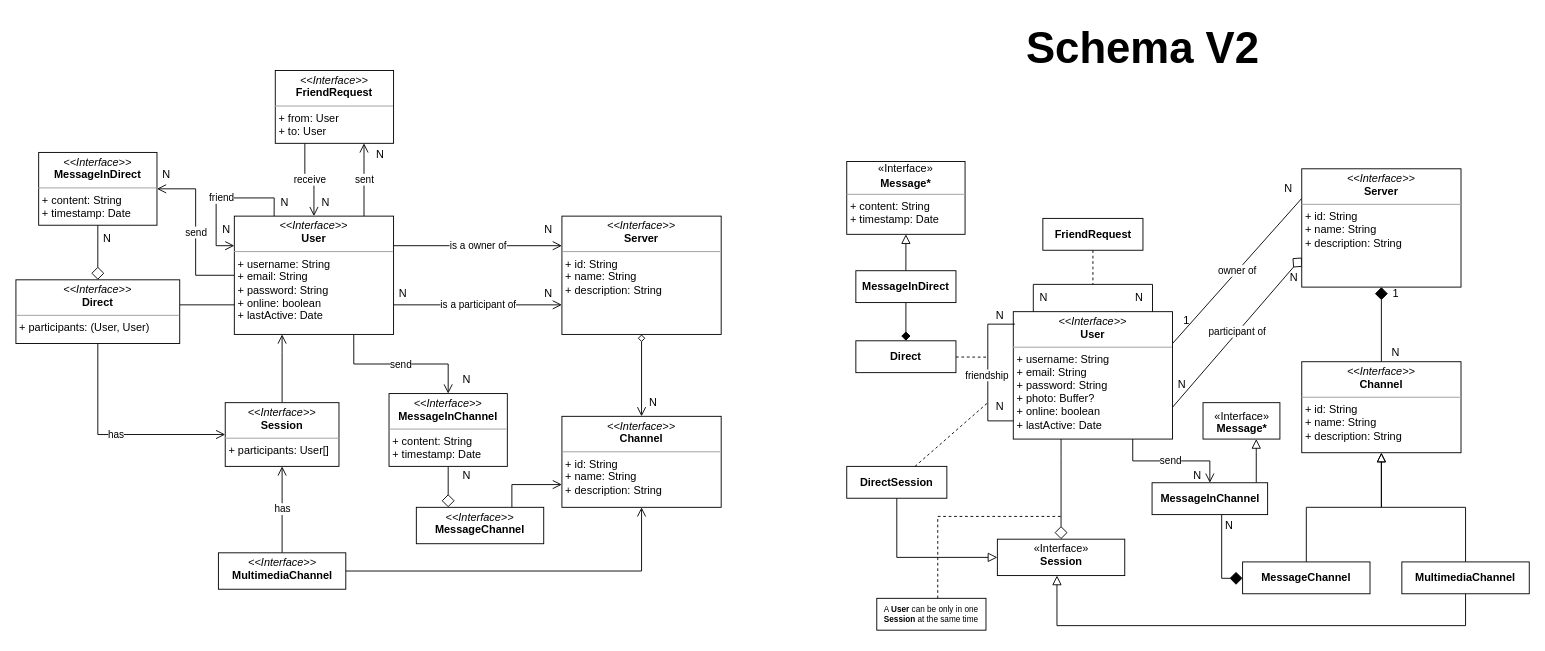
zucchero-sintattico/piperchat keeps this draw.io diagram as page "Dominio" (3 of 7) of resources/piperchat.drawio. Above is the earlier version. Source tidied: cells renumbered, new cells numbered last; positions are measured from the earlier drawing's top-left corner, leaving out a move shared by most shapes. Both pictures are drawn from the tidied source at 91%, with x=0, y=0 at pixel (15, 15).
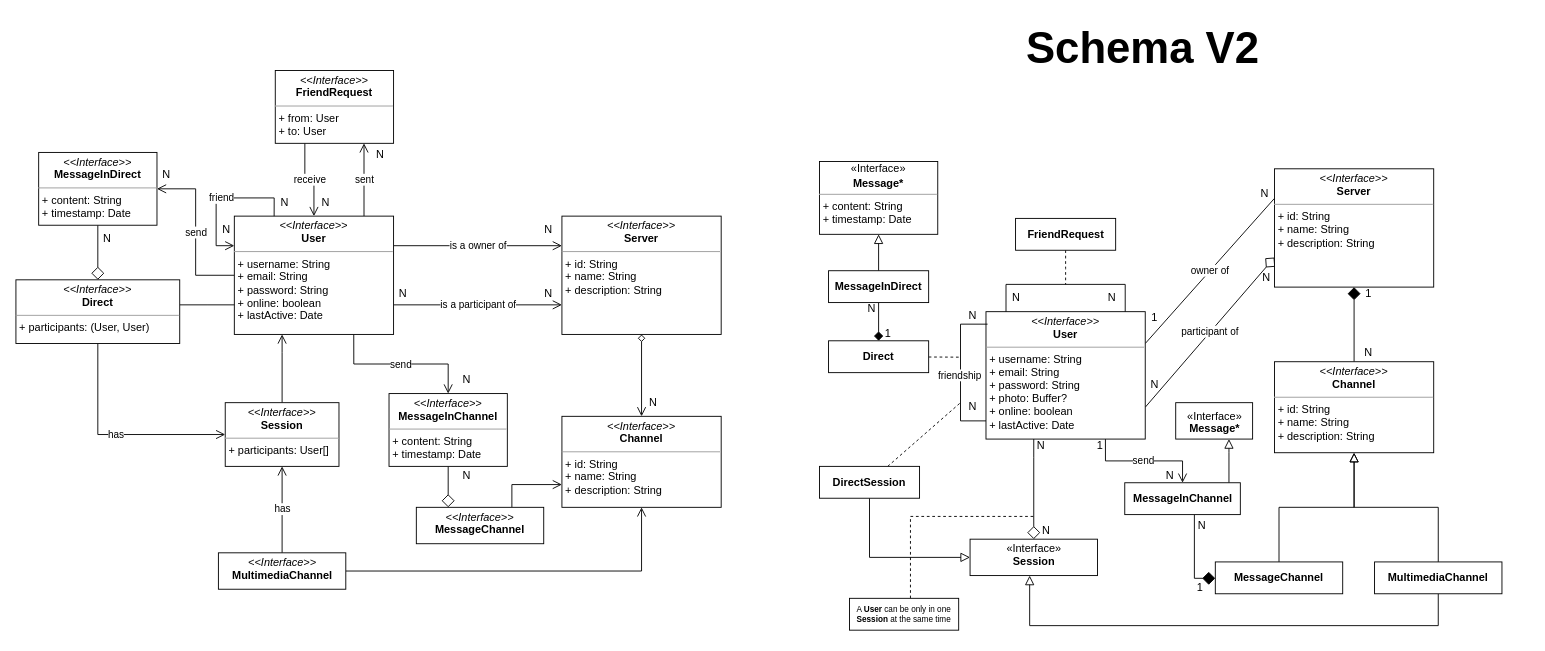
After the change.

Change to the diagram source:
```diff
@@
     <mxCell id="43" value="&lt;p style=&quot;margin:0px;margin-top:4px;text-align:center;&quot;&gt;&lt;i&gt;&amp;lt;&amp;lt;Interface&amp;gt;&amp;gt;&lt;/i&gt;&lt;br&gt;&lt;b&gt;User&lt;/b&gt;&lt;/p&gt;&lt;hr size=&quot;1&quot;&gt;&lt;p style=&quot;margin:0px;margin-left:4px;&quot;&gt;+ username: String&lt;/p&gt;&lt;p style=&quot;margin:0px;margin-left:4px;&quot;&gt;+ email: String&lt;/p&gt;&lt;p style=&quot;margin:0px;margin-left:4px;&quot;&gt;+ password: String&lt;/p&gt;&lt;p style=&quot;margin:0px;margin-left:4px;&quot;&gt;+ photo: Buffer?&lt;/p&gt;&lt;p style=&quot;margin:0px;margin-left:4px;&quot;&gt;+ online: boolean&lt;/p&gt;&lt;p style=&quot;margin:0px;margin-left:4px;&quot;&gt;+ lastActive: Date&lt;/p&gt;" style="verticalAlign=top;align=left;overflow=fill;fontSize=12;fontFamily=Helvetica;html=1;whiteSpace=wrap;" parent="1" vertex="1">
-      <mxGeometry x="1096" y="325" width="175" height="140" as="geometry" />
+      <mxGeometry x="1066" y="325" width="175" height="140" as="geometry" />
     </mxCell>
@@
     <mxCell id="45" value="&lt;p style=&quot;margin:0px;margin-top:4px;text-align:center;&quot;&gt;&lt;i&gt;&amp;lt;&amp;lt;Interface&amp;gt;&amp;gt;&lt;/i&gt;&lt;br&gt;&lt;b&gt;Server&lt;/b&gt;&lt;/p&gt;&lt;hr size=&quot;1&quot;&gt;&lt;p style=&quot;margin:0px;margin-left:4px;&quot;&gt;+ id: String&lt;/p&gt;&lt;p style=&quot;margin:0px;margin-left:4px;&quot;&gt;+ name: String&lt;/p&gt;&lt;p style=&quot;margin:0px;margin-left:4px;&quot;&gt;+ description: String&lt;/p&gt;&lt;p style=&quot;margin:0px;margin-left:4px;&quot;&gt;&lt;br&gt;&lt;/p&gt;" style="verticalAlign=top;align=left;overflow=fill;fontSize=12;fontFamily=Helvetica;html=1;whiteSpace=wrap;" parent="1" vertex="1">
-      <mxGeometry x="1413" y="168" width="175" height="130" as="geometry" />
+      <mxGeometry x="1383" y="168" width="175" height="130" as="geometry" />
     </mxCell>
     <mxCell id="46" value="N" style="text;html=1;align=center;verticalAlign=middle;strokeColor=none;fillColor=none;" parent="1" vertex="1">
-      <mxGeometry x="1266" y="390" width="30" height="30" as="geometry" />
+      <mxGeometry x="1236" y="390" width="30" height="30" as="geometry" />
     </mxCell>
     <mxCell id="47" value="N" style="text;html=1;align=center;verticalAlign=middle;strokeColor=none;fillColor=none;" parent="1" vertex="1">
-      <mxGeometry x="1383" y="175" width="30" height="30" as="geometry" />
+      <mxGeometry x="1357" y="180" width="30" height="30" as="geometry" />
     </mxCell>
     <mxCell id="48" value="&lt;p style=&quot;margin:0px;margin-top:4px;text-align:center;&quot;&gt;&lt;i&gt;&amp;lt;&amp;lt;Interface&amp;gt;&amp;gt;&lt;/i&gt;&lt;br&gt;&lt;b&gt;Channel&lt;/b&gt;&lt;/p&gt;&lt;hr size=&quot;1&quot;&gt;&lt;p style=&quot;margin:0px;margin-left:4px;&quot;&gt;+ id: String&lt;/p&gt;&lt;p style=&quot;margin:0px;margin-left:4px;&quot;&gt;+ name: String&lt;/p&gt;&lt;p style=&quot;margin:0px;margin-left:4px;&quot;&gt;+ description: String&lt;/p&gt;" style="verticalAlign=top;align=left;overflow=fill;fontSize=12;fontFamily=Helvetica;html=1;whiteSpace=wrap;" parent="1" vertex="1">
-      <mxGeometry x="1413" y="380" width="175" height="100" as="geometry" />
+      <mxGeometry x="1383" y="380" width="175" height="100" as="geometry" />
     </mxCell>
     <mxCell id="49" style="edgeStyle=orthogonalEdgeStyle;rounded=0;jettySize=auto;html=1;endArrow=diamond;endFill=1;startSize=12;endSize=12;" parent="1" edge="1" source="80" target="71">
       <mxGeometry relative="1" as="geometry">
         <Array as="points">
-          <mxPoint x="1325" y="618" />
+          <mxPoint x="1295" y="618" />
         </Array>
       </mxGeometry>
     </mxCell>
     <mxCell id="50" value="N" style="text;html=1;align=center;verticalAlign=middle;strokeColor=none;fillColor=none;" parent="1" vertex="1">
-      <mxGeometry x="1283" y="490" width="30" height="30" as="geometry" />
+      <mxGeometry x="1253" y="490" width="30" height="30" as="geometry" />
     </mxCell>
     <mxCell id="51" value="N" style="text;html=1;align=center;verticalAlign=middle;strokeColor=none;fillColor=none;" parent="1" vertex="1">
-      <mxGeometry x="1318" y="545" width="30" height="30" as="geometry" />
+      <mxGeometry x="1288" y="545" width="30" height="30" as="geometry" />
     </mxCell>
     <mxCell id="52" value="N" style="text;html=1;align=center;verticalAlign=middle;strokeColor=none;fillColor=none;" parent="1" vertex="1">
-      <mxGeometry x="1113.5" y="295" width="30" height="30" as="geometry" />
+      <mxGeometry x="1083.5" y="295" width="30" height="30" as="geometry" />
     </mxCell>
     <mxCell id="53" value="N" style="text;html=1;align=center;verticalAlign=middle;strokeColor=none;fillColor=none;" parent="1" vertex="1">
-      <mxGeometry x="1218.5" y="295" width="30" height="30" as="geometry" />
+      <mxGeometry x="1188.5" y="295" width="30" height="30" as="geometry" />
     </mxCell>
     <mxCell id="54" style="edgeStyle=orthogonalEdgeStyle;rounded=0;jettySize=auto;html=1;endArrow=none;endFill=0;sourcePerimeterSpacing=0;startSize=12;endSize=8;startArrow=diamond;startFill=0;" parent="1" edge="1" source="76" target="43">
       <mxGeometry relative="1" as="geometry">
         <Array as="points">
-          <mxPoint x="1149" y="485" />
-          <mxPoint x="1149" y="485" />
+          <mxPoint x="1119" y="485" />
+          <mxPoint x="1119" y="485" />
         </Array>
       </mxGeometry>
     </mxCell>
@@
     <mxCell id="56" style="edgeStyle=orthogonalEdgeStyle;rounded=0;orthogonalLoop=1;jettySize=auto;html=1;endArrow=none;endFill=0;endSize=8;" parent="1" edge="1" source="43" target="43">
       <mxGeometry relative="1" as="geometry">
         <Array as="points">
-          <mxPoint x="1118" y="295" />
-          <mxPoint x="1249" y="295" />
+          <mxPoint x="1088" y="295" />
+          <mxPoint x="1219" y="295" />
         </Array>
       </mxGeometry>
     </mxCell>
     <mxCell id="57" style="edgeStyle=orthogonalEdgeStyle;rounded=0;orthogonalLoop=1;jettySize=auto;html=1;exitX=0.01;exitY=0.098;exitDx=0;exitDy=0;exitPerimeter=0;endSize=8;endArrow=none;endFill=0;" parent="1" edge="1" source="43" target="43">
       <mxGeometry relative="1" as="geometry">
         <Array as="points">
-          <mxPoint x="1068" y="339" />
-          <mxPoint x="1068" y="445" />
+          <mxPoint x="1038" y="339" />
+          <mxPoint x="1038" y="445" />
         </Array>
       </mxGeometry>
     </mxCell>
@@
     <mxCell id="59" value="N" style="text;html=1;align=center;verticalAlign=middle;strokeColor=none;fillColor=none;" parent="1" vertex="1">
-      <mxGeometry x="1066" y="315" width="30" height="30" as="geometry" />
+      <mxGeometry x="1036" y="315" width="30" height="30" as="geometry" />
     </mxCell>
     <mxCell id="60" value="N" style="text;html=1;align=center;verticalAlign=middle;strokeColor=none;fillColor=none;" parent="1" vertex="1">
-      <mxGeometry x="1066" y="415" width="30" height="30" as="geometry" />
+      <mxGeometry x="1036" y="415" width="30" height="30" as="geometry" />
     </mxCell>
     <mxCell id="61" style="rounded=0;jettySize=auto;html=1;endArrow=none;endFill=0;dashed=1;" parent="1" edge="1" source="66">
       <mxGeometry relative="1" as="geometry">
-        <mxPoint x="1068" y="375" as="targetPoint" />
+        <mxPoint x="1038" y="375" as="targetPoint" />
       </mxGeometry>
     </mxCell>
@@
     <mxCell id="63" value="1" style="text;html=1;align=center;verticalAlign=middle;strokeColor=none;fillColor=none;" parent="1" vertex="1">
-      <mxGeometry x="1271" y="320" width="30" height="30" as="geometry" />
+      <mxGeometry x="1236" y="317" width="30" height="30" as="geometry" />
     </mxCell>
     <mxCell id="64" style="edgeStyle=orthogonalEdgeStyle;rounded=0;jettySize=auto;html=1;dashed=1;endArrow=none;endFill=0;" parent="1" edge="1" source="65">
       <mxGeometry relative="1" as="geometry">
-        <mxPoint x="1183.5" y="295" as="targetPoint" />
+        <mxPoint x="1153.5" y="295" as="targetPoint" />
       </mxGeometry>
     </mxCell>
     <mxCell id="65" value="&lt;b style=&quot;border-color: var(--border-color); caret-color: rgb(0, 0, 0); color: rgb(0, 0, 0); font-family: Helvetica; font-size: 12px; font-style: normal; font-variant-caps: normal; letter-spacing: normal; text-align: center; text-indent: 0px; text-transform: none; word-spacing: 0px; -webkit-text-stroke-width: 0px; text-decoration: none;&quot;&gt;FriendRequest&lt;/b&gt;" style="html=1;whiteSpace=wrap;" parent="1" vertex="1">
-      <mxGeometry x="1128.5" y="222.5" width="110" height="35" as="geometry" />
+      <mxGeometry x="1098.5" y="222.5" width="110" height="35" as="geometry" />
     </mxCell>
     <mxCell id="66" value="&lt;b style=&quot;border-color: var(--border-color); caret-color: rgb(0, 0, 0); color: rgb(0, 0, 0); font-family: Helvetica; font-size: 12px; font-style: normal; font-variant-caps: normal; letter-spacing: normal; text-align: center; text-indent: 0px; text-transform: none; word-spacing: 0px; -webkit-text-stroke-width: 0px; text-decoration: none;&quot;&gt;Direct&lt;/b&gt;" style="html=1;whiteSpace=wrap;" parent="1" vertex="1">
-      <mxGeometry x="923" y="357" width="110" height="35" as="geometry" />
+      <mxGeometry x="893" y="357" width="110" height="35" as="geometry" />
     </mxCell>
@@
     <mxCell id="68" style="edgeStyle=orthogonalEdgeStyle;rounded=0;jettySize=auto;html=1;endArrow=block;endFill=0;endSize=8;" parent="1" edge="1" source="69" target="76">
       <mxGeometry relative="1" as="geometry">
         <Array as="points">
-          <mxPoint x="1593" y="670" />
-          <mxPoint x="1144" y="670" />
+          <mxPoint x="1563" y="670" />
+          <mxPoint x="1114" y="670" />
         </Array>
       </mxGeometry>
     </mxCell>
     <mxCell id="69" value="&lt;b style=&quot;border-color: var(--border-color); caret-color: rgb(0, 0, 0); color: rgb(0, 0, 0); font-family: Helvetica; font-size: 12px; font-style: normal; font-variant-caps: normal; letter-spacing: normal; text-align: center; text-indent: 0px; text-transform: none; word-spacing: 0px; -webkit-text-stroke-width: 0px; text-decoration: none;&quot;&gt;MultimediaChannel&lt;/b&gt;" style="html=1;whiteSpace=wrap;" parent="1" vertex="1">
-      <mxGeometry x="1523" y="600" width="140" height="35" as="geometry" />
+      <mxGeometry x="1493" y="600" width="140" height="35" as="geometry" />
     </mxCell>
@@
     <mxCell id="71" value="&lt;b style=&quot;border-color: var(--border-color); caret-color: rgb(0, 0, 0); color: rgb(0, 0, 0); font-family: Helvetica; font-size: 12px; font-style: normal; font-variant-caps: normal; letter-spacing: normal; text-align: center; text-indent: 0px; text-transform: none; word-spacing: 0px; -webkit-text-stroke-width: 0px; text-decoration: none;&quot;&gt;MessageChannel&lt;/b&gt;" style="html=1;whiteSpace=wrap;" parent="1" vertex="1">
-      <mxGeometry x="1348" y="600" width="140" height="35" as="geometry" />
+      <mxGeometry x="1318" y="600" width="140" height="35" as="geometry" />
     </mxCell>
     <mxCell id="72" value="&lt;p style=&quot;margin: 4px 0px 0px; text-align: center; line-height: 80%;&quot;&gt;«Interface»&lt;/p&gt;&lt;p style=&quot;margin: 4px 0px 0px; text-align: center; line-height: 100%;&quot;&gt;&lt;b&gt;Message*&lt;/b&gt;&lt;/p&gt;&lt;hr size=&quot;1&quot;&gt;&lt;p style=&quot;margin:0px;margin-left:4px;&quot;&gt;+ content: String&lt;/p&gt;&lt;p style=&quot;margin:0px;margin-left:4px;&quot;&gt;+ timestamp: Date&lt;/p&gt;&lt;p style=&quot;margin:0px;margin-left:4px;&quot;&gt;&lt;br&gt;&lt;/p&gt;" style="verticalAlign=top;align=left;overflow=fill;fontSize=12;fontFamily=Helvetica;html=1;whiteSpace=wrap;" parent="1" vertex="1">
-      <mxGeometry x="913" y="160" width="130" height="80" as="geometry" />
+      <mxGeometry x="883" y="160" width="130" height="80" as="geometry" />
     </mxCell>
     <mxCell id="73" value="N" style="text;html=1;align=center;verticalAlign=middle;strokeColor=none;fillColor=none;" parent="1" vertex="1">
-      <mxGeometry x="1501" y="355" width="30" height="30" as="geometry" />
+      <mxGeometry x="1471" y="355" width="30" height="30" as="geometry" />
     </mxCell>
     <mxCell id="74" value="1" style="text;html=1;align=center;verticalAlign=middle;strokeColor=none;fillColor=none;" parent="1" vertex="1">
-      <mxGeometry x="1501" y="290" width="30" height="30" as="geometry" />
+      <mxGeometry x="1471" y="290" width="30" height="30" as="geometry" />
     </mxCell>
     <mxCell id="75" value="N" style="text;html=1;align=center;verticalAlign=middle;strokeColor=none;fillColor=none;" parent="1" vertex="1">
-      <mxGeometry x="1389" y="273" width="30" height="30" as="geometry" />
+      <mxGeometry x="1359" y="273" width="30" height="30" as="geometry" />
     </mxCell>
     <mxCell id="76" value="&lt;p style=&quot;margin:0px;margin-top:4px;text-align:center;&quot;&gt;«Interface»&lt;br style=&quot;border-color: var(--border-color);&quot;&gt;&lt;b&gt;Session&lt;/b&gt;&lt;/p&gt;&lt;p style=&quot;margin:0px;margin-left:4px;&quot;&gt;&lt;br&gt;&lt;/p&gt;" style="verticalAlign=top;align=left;overflow=fill;fontSize=12;fontFamily=Helvetica;html=1;whiteSpace=wrap;" parent="1" vertex="1">
-      <mxGeometry x="1078.5" y="575" width="140" height="40" as="geometry" />
+      <mxGeometry x="1048.5" y="575" width="140" height="40" as="geometry" />
     </mxCell>
     <mxCell id="77" style="edgeStyle=orthogonalEdgeStyle;rounded=0;jettySize=auto;html=1;endArrow=block;endFill=0;endSize=8;" parent="1" edge="1" source="78" target="72">
       <mxGeometry relative="1" as="geometry">
         <Array as="points">
-          <mxPoint x="978" y="165" />
+          <mxPoint x="948" y="165" />
         </Array>
       </mxGeometry>
     </mxCell>
     <mxCell id="78" value="&lt;b style=&quot;border-color: var(--border-color); caret-color: rgb(0, 0, 0); color: rgb(0, 0, 0); font-family: Helvetica; font-size: 12px; font-style: normal; font-variant-caps: normal; letter-spacing: normal; text-align: center; text-indent: 0px; text-transform: none; word-spacing: 0px; -webkit-text-stroke-width: 0px; text-decoration: none;&quot;&gt;MessageInDirect&lt;/b&gt;" style="html=1;whiteSpace=wrap;" parent="1" vertex="1">
-      <mxGeometry x="923" y="280" width="110" height="35" as="geometry" />
+      <mxGeometry x="893" y="280" width="110" height="35" as="geometry" />
     </mxCell>
     <mxCell id="79" style="edgeStyle=orthogonalEdgeStyle;rounded=0;jettySize=auto;html=1;endArrow=block;endFill=0;endSize=8;" parent="1" edge="1" source="80" target="86">
       <mxGeometry relative="1" as="geometry">
         <Array as="points">
-          <mxPoint x="1363" y="480" />
-          <mxPoint x="1363" y="480" />
+          <mxPoint x="1333" y="480" />
+          <mxPoint x="1333" y="480" />
         </Array>
       </mxGeometry>
     </mxCell>
     <mxCell id="80" value="&lt;b style=&quot;border-color: var(--border-color); caret-color: rgb(0, 0, 0); color: rgb(0, 0, 0); font-family: Helvetica; font-size: 12px; font-style: normal; font-variant-caps: normal; letter-spacing: normal; text-align: center; text-indent: 0px; text-transform: none; word-spacing: 0px; -webkit-text-stroke-width: 0px; text-decoration: none;&quot;&gt;MessageInChannel&lt;/b&gt;" style="html=1;whiteSpace=wrap;" parent="1" vertex="1">
-      <mxGeometry x="1248.5" y="513" width="127" height="35" as="geometry" />
+      <mxGeometry x="1218.5" y="513" width="127" height="35" as="geometry" />
     </mxCell>
     <mxCell id="81" style="edgeStyle=orthogonalEdgeStyle;rounded=0;jettySize=auto;html=1;endArrow=block;endFill=0;endSize=8;" parent="1" edge="1" source="83" target="76">
       <mxGeometry relative="1" as="geometry">
         <Array as="points">
-          <mxPoint x="968" y="595" />
+          <mxPoint x="938" y="595" />
         </Array>
       </mxGeometry>
     </mxCell>
     <mxCell id="82" style="rounded=0;jettySize=auto;html=1;dashed=1;endArrow=none;endFill=0;" parent="1" edge="1" source="83">
       <mxGeometry relative="1" as="geometry">
-        <mxPoint x="1068" y="425" as="targetPoint" />
+        <mxPoint x="1038" y="425" as="targetPoint" />
       </mxGeometry>
     </mxCell>
     <mxCell id="83" value="&lt;b style=&quot;border-color: var(--border-color); caret-color: rgb(0, 0, 0); color: rgb(0, 0, 0); font-family: Helvetica; font-size: 12px; font-style: normal; font-variant-caps: normal; letter-spacing: normal; text-align: center; text-indent: 0px; text-transform: none; word-spacing: 0px; -webkit-text-stroke-width: 0px; text-decoration: none;&quot;&gt;DirectSession&lt;/b&gt;" style="html=1;whiteSpace=wrap;" parent="1" vertex="1">
-      <mxGeometry x="913" y="495" width="110" height="35" as="geometry" />
+      <mxGeometry x="883" y="495" width="110" height="35" as="geometry" />
     </mxCell>
     <mxCell id="84" style="edgeStyle=orthogonalEdgeStyle;rounded=0;jettySize=auto;html=1;endArrow=none;endFill=0;dashed=1;" parent="1" edge="1" source="85">
       <mxGeometry relative="1" as="geometry">
-        <mxPoint x="1149" y="550" as="targetPoint" />
+        <mxPoint x="1119" y="550" as="targetPoint" />
         <Array as="points">
-          <mxPoint x="1013" y="550" />
+          <mxPoint x="983" y="550" />
         </Array>
       </mxGeometry>
     </mxCell>
     <mxCell id="85" value="A &lt;b&gt;User&lt;/b&gt; can be only in one &lt;b&gt;Session&lt;/b&gt; at the same time" style="rounded=0;whiteSpace=wrap;html=1;fontSize=9;" parent="1" vertex="1">
-      <mxGeometry x="946" y="640" width="120" height="35" as="geometry" />
+      <mxGeometry x="916" y="640" width="120" height="35" as="geometry" />
     </mxCell>
     <mxCell id="86" value="&lt;p style=&quot;border-color: var(--border-color); margin: 4px 0px 0px; line-height: 8.4px;&quot;&gt;«Interface»&lt;/p&gt;&lt;p style=&quot;border-color: var(--border-color); margin: 4px 0px 0px; line-height: 8.4px;&quot;&gt;&lt;b style=&quot;border-color: var(--border-color);&quot;&gt;Message*&lt;/b&gt;&lt;/p&gt;" style="rounded=0;whiteSpace=wrap;html=1;" parent="1" vertex="1">
-      <mxGeometry x="1304.5" y="425" width="84.5" height="40" as="geometry" />
+      <mxGeometry x="1274.5" y="425" width="84.5" height="40" as="geometry" />
     </mxCell>
+    <mxCell id="87" value="1" style="text;html=1;align=center;verticalAlign=middle;strokeColor=none;fillColor=none;" parent="1" vertex="1">
+      <mxGeometry x="943" y="334" width="30" height="30" as="geometry" />
+    </mxCell>
+    <mxCell id="88" value="N" style="text;html=1;align=center;verticalAlign=middle;strokeColor=none;fillColor=none;" parent="1" vertex="1">
+      <mxGeometry x="925" y="307" width="30" height="30" as="geometry" />
+    </mxCell>
+    <mxCell id="89" value="N" style="text;html=1;align=center;verticalAlign=middle;strokeColor=none;fillColor=none;" parent="1" vertex="1">
+      <mxGeometry x="1110.5" y="457" width="30" height="30" as="geometry" />
+    </mxCell>
+    <mxCell id="90" value="N" style="text;html=1;align=center;verticalAlign=middle;strokeColor=none;fillColor=none;" parent="1" vertex="1">
+      <mxGeometry x="1116.5" y="551" width="30" height="30" as="geometry" />
+    </mxCell>
+    <mxCell id="91" value="1" style="text;html=1;align=center;verticalAlign=middle;strokeColor=none;fillColor=none;" parent="1" vertex="1">
+      <mxGeometry x="1176" y="457" width="30" height="30" as="geometry" />
+    </mxCell>
+    <mxCell id="92" value="1" style="text;html=1;align=center;verticalAlign=middle;strokeColor=none;fillColor=none;" parent="1" vertex="1">
+      <mxGeometry x="1286" y="613" width="30" height="30" as="geometry" />
+    </mxCell>
```
